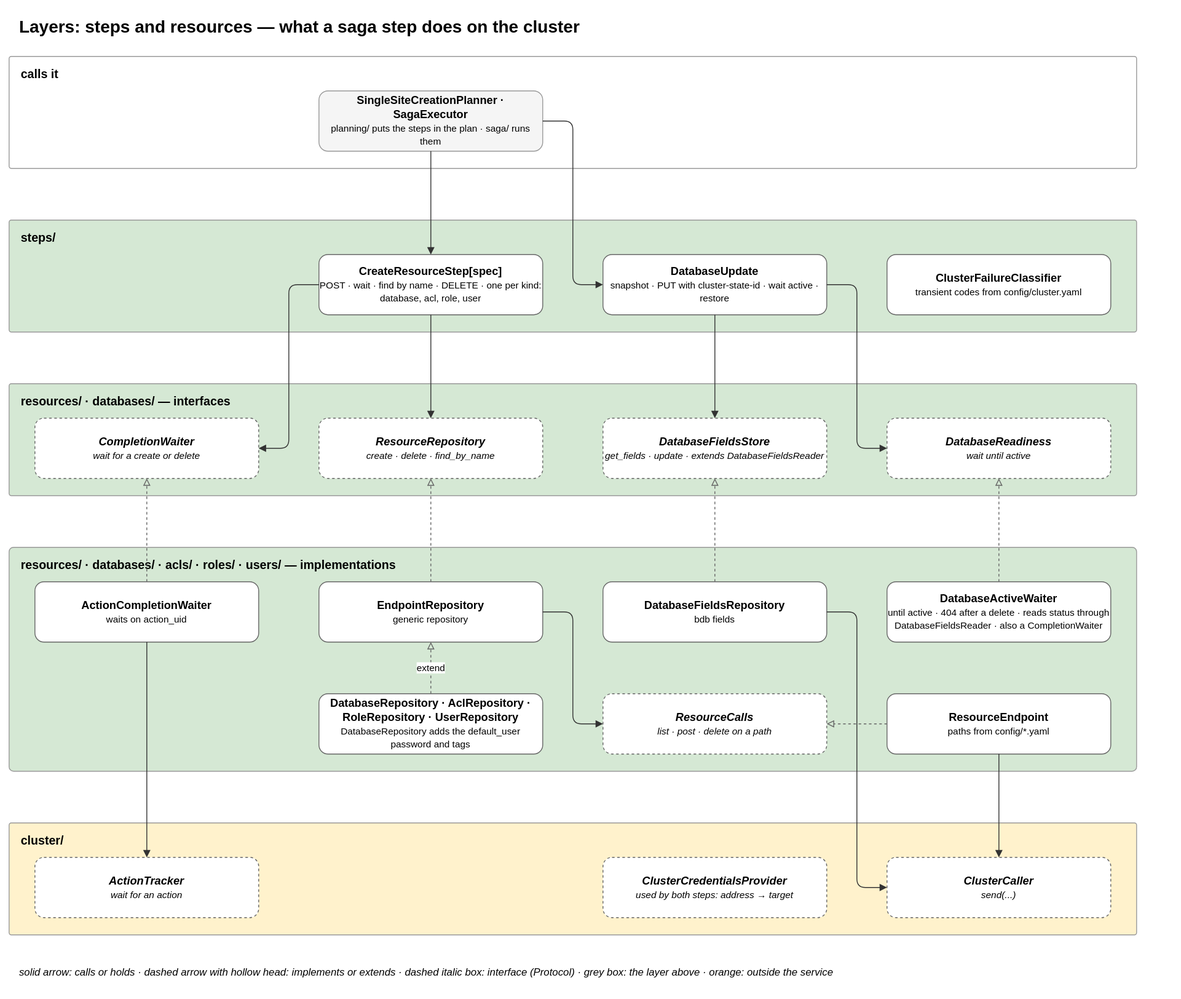
Earlier version of the draw.io export docs/diagrams/07-layer-steps-resources.drawio.svg (EliShteinman/redis-enterprise-services). Source tidied: cells renumbered, new cells last; positions are measured from the earlier drawing's top-left corner, leaving out a move shared by most shapes.
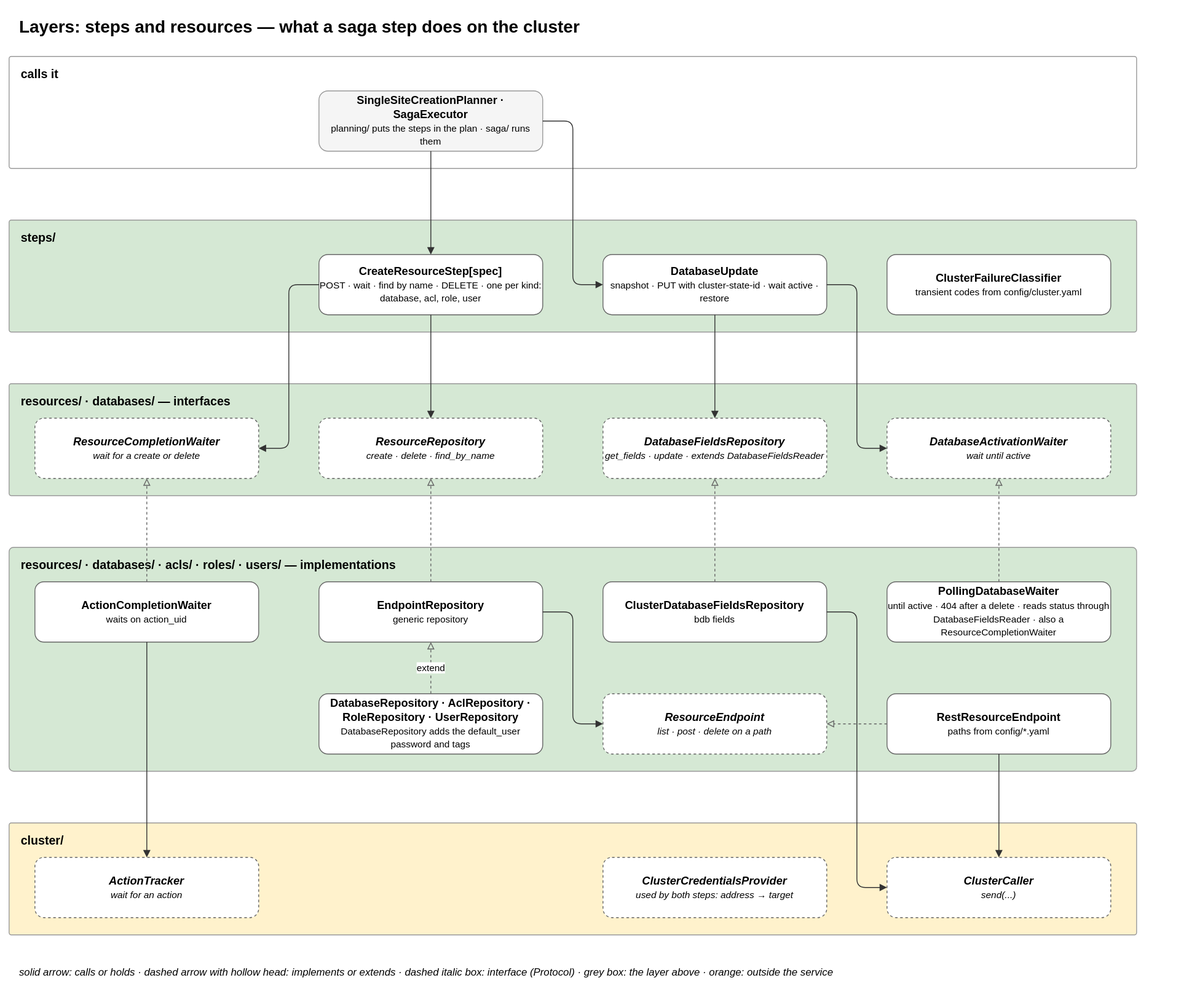
Later version of the same file.

The edit, as a diff of the source:
```diff
@@ -26,16 +26,16 @@
     <mxCell id="9" value="&lt;b&gt;resources/ · databases/ — interfaces&lt;/b&gt;" style="rounded=1;arcSize=2;fillColor=#d5e8d4;strokeColor=#999999;verticalAlign=top;align=left;spacingLeft=12;spacingTop=6;html=1;fontSize=14;" parent="1" vertex="1">
       <mxGeometry y="435" width="1310" height="130" as="geometry" />
     </mxCell>
-    <mxCell id="10" value="&lt;b&gt;CompletionWaiter&lt;/b&gt;&lt;br&gt;&lt;font style='font-size:11px'&gt;wait for a create or delete&lt;/font&gt;" style="rounded=1;whiteSpace=wrap;html=1;fillColor=#ffffff;strokeColor=#666666;fontSize=13;dashed=1;fontStyle=2;" parent="1" vertex="1">
+    <mxCell id="10" value="&lt;b&gt;ResourceCompletionWaiter&lt;/b&gt;&lt;br&gt;&lt;font style='font-size:11px'&gt;wait for a create or delete&lt;/font&gt;" style="rounded=1;whiteSpace=wrap;html=1;fillColor=#ffffff;strokeColor=#666666;fontSize=13;dashed=1;fontStyle=2;" parent="1" vertex="1">
       <mxGeometry x="30" y="475" width="260" height="70" as="geometry" />
     </mxCell>
     <mxCell id="11" value="&lt;b&gt;ResourceRepository&lt;/b&gt;&lt;br&gt;&lt;font style='font-size:11px'&gt;create · delete · find_by_name&lt;/font&gt;" style="rounded=1;whiteSpace=wrap;html=1;fillColor=#ffffff;strokeColor=#666666;fontSize=13;dashed=1;fontStyle=2;" parent="1" vertex="1">
       <mxGeometry x="360" y="475" width="260" height="70" as="geometry" />
     </mxCell>
-    <mxCell id="12" value="&lt;b&gt;DatabaseFieldsStore&lt;/b&gt;&lt;br&gt;&lt;font style='font-size:11px'&gt;get_fields · update · extends DatabaseFieldsReader&lt;/font&gt;" style="rounded=1;whiteSpace=wrap;html=1;fillColor=#ffffff;strokeColor=#666666;fontSize=13;dashed=1;fontStyle=2;" parent="1" vertex="1">
+    <mxCell id="12" value="&lt;b&gt;DatabaseFieldsRepository&lt;/b&gt;&lt;br&gt;&lt;font style='font-size:11px'&gt;get_fields · update · extends DatabaseFieldsReader&lt;/font&gt;" style="rounded=1;whiteSpace=wrap;html=1;fillColor=#ffffff;strokeColor=#666666;fontSize=13;dashed=1;fontStyle=2;" parent="1" vertex="1">
       <mxGeometry x="690" y="475" width="260" height="70" as="geometry" />
     </mxCell>
-    <mxCell id="13" value="&lt;b&gt;DatabaseReadiness&lt;/b&gt;&lt;br&gt;&lt;font style='font-size:11px'&gt;wait until active&lt;/font&gt;" style="rounded=1;whiteSpace=wrap;html=1;fillColor=#ffffff;strokeColor=#666666;fontSize=13;dashed=1;fontStyle=2;" parent="1" vertex="1">
+    <mxCell id="13" value="&lt;b&gt;DatabaseActivationWaiter&lt;/b&gt;&lt;br&gt;&lt;font style='font-size:11px'&gt;wait until active&lt;/font&gt;" style="rounded=1;whiteSpace=wrap;html=1;fillColor=#ffffff;strokeColor=#666666;fontSize=13;dashed=1;fontStyle=2;" parent="1" vertex="1">
       <mxGeometry x="1020" y="475" width="260" height="70" as="geometry" />
     </mxCell>
     <mxCell id="14" value="&lt;b&gt;resources/ · databases/ · acls/ · roles/ · users/ — implementations&lt;/b&gt;" style="rounded=1;arcSize=2;fillColor=#d5e8d4;strokeColor=#999999;verticalAlign=top;align=left;spacingLeft=12;spacingTop=6;html=1;fontSize=14;" parent="1" vertex="1">
@@ -47,19 +47,19 @@
     <mxCell id="16" value="&lt;b&gt;EndpointRepository&lt;/b&gt;&lt;br&gt;&lt;font style='font-size:11px'&gt;generic repository&lt;/font&gt;" style="rounded=1;whiteSpace=wrap;html=1;fillColor=#ffffff;strokeColor=#666666;fontSize=13;" parent="1" vertex="1">
       <mxGeometry x="360" y="665" width="260" height="70" as="geometry" />
     </mxCell>
-    <mxCell id="17" value="&lt;b&gt;DatabaseFieldsRepository&lt;/b&gt;&lt;br&gt;&lt;font style='font-size:11px'&gt;bdb fields&lt;/font&gt;" style="rounded=1;whiteSpace=wrap;html=1;fillColor=#ffffff;strokeColor=#666666;fontSize=13;" parent="1" vertex="1">
+    <mxCell id="17" value="&lt;b&gt;ClusterDatabaseFieldsRepository&lt;/b&gt;&lt;br&gt;&lt;font style='font-size:11px'&gt;bdb fields&lt;/font&gt;" style="rounded=1;whiteSpace=wrap;html=1;fillColor=#ffffff;strokeColor=#666666;fontSize=13;" parent="1" vertex="1">
       <mxGeometry x="690" y="665" width="260" height="70" as="geometry" />
     </mxCell>
-    <mxCell id="18" value="&lt;b&gt;DatabaseActiveWaiter&lt;/b&gt;&lt;br&gt;&lt;font style='font-size:11px'&gt;until active · 404 after a delete · reads status through DatabaseFieldsReader · also a CompletionWaiter&lt;/font&gt;" style="rounded=1;whiteSpace=wrap;html=1;fillColor=#ffffff;strokeColor=#666666;fontSize=13;" parent="1" vertex="1">
+    <mxCell id="18" value="&lt;b&gt;PollingDatabaseWaiter&lt;/b&gt;&lt;br&gt;&lt;font style='font-size:11px'&gt;until active · 404 after a delete · reads status through DatabaseFieldsReader · also a ResourceCompletionWaiter&lt;/font&gt;" style="rounded=1;whiteSpace=wrap;html=1;fillColor=#ffffff;strokeColor=#666666;fontSize=13;" parent="1" vertex="1">
       <mxGeometry x="1020" y="665" width="260" height="70" as="geometry" />
     </mxCell>
     <mxCell id="19" value="&lt;b&gt;DatabaseRepository · AclRepository · RoleRepository · UserRepository&lt;/b&gt;&lt;br&gt;&lt;font style='font-size:11px'&gt;DatabaseRepository adds the default_user password and tags&lt;/font&gt;" style="rounded=1;whiteSpace=wrap;html=1;fillColor=#ffffff;strokeColor=#666666;fontSize=13;" parent="1" vertex="1">
       <mxGeometry x="360" y="795" width="260" height="70" as="geometry" />
     </mxCell>
-    <mxCell id="20" value="&lt;b&gt;ResourceCalls&lt;/b&gt;&lt;br&gt;&lt;font style='font-size:11px'&gt;list · post · delete on a path&lt;/font&gt;" style="rounded=1;whiteSpace=wrap;html=1;fillColor=#ffffff;strokeColor=#666666;fontSize=13;dashed=1;fontStyle=2;" parent="1" vertex="1">
+    <mxCell id="20" value="&lt;b&gt;ResourceEndpoint&lt;/b&gt;&lt;br&gt;&lt;font style='font-size:11px'&gt;list · post · delete on a path&lt;/font&gt;" style="rounded=1;whiteSpace=wrap;html=1;fillColor=#ffffff;strokeColor=#666666;fontSize=13;dashed=1;fontStyle=2;" parent="1" vertex="1">
       <mxGeometry x="690" y="795" width="260" height="70" as="geometry" />
     </mxCell>
-    <mxCell id="21" value="&lt;b&gt;ResourceEndpoint&lt;/b&gt;&lt;br&gt;&lt;font style='font-size:11px'&gt;paths from config/*.yaml&lt;/font&gt;" style="rounded=1;whiteSpace=wrap;html=1;fillColor=#ffffff;strokeColor=#666666;fontSize=13;" parent="1" vertex="1">
+    <mxCell id="21" value="&lt;b&gt;RestResourceEndpoint&lt;/b&gt;&lt;br&gt;&lt;font style='font-size:11px'&gt;paths from config/*.yaml&lt;/font&gt;" style="rounded=1;whiteSpace=wrap;html=1;fillColor=#ffffff;strokeColor=#666666;fontSize=13;" parent="1" vertex="1">
       <mxGeometry x="1020" y="795" width="260" height="70" as="geometry" />
     </mxCell>
     <mxCell id="22" value="&lt;b&gt;cluster/&lt;/b&gt;" style="rounded=1;arcSize=2;fillColor=#fff2cc;strokeColor=#999999;verticalAlign=top;align=left;spacingLeft=12;spacingTop=6;html=1;fontSize=14;" parent="1" vertex="1">
```
